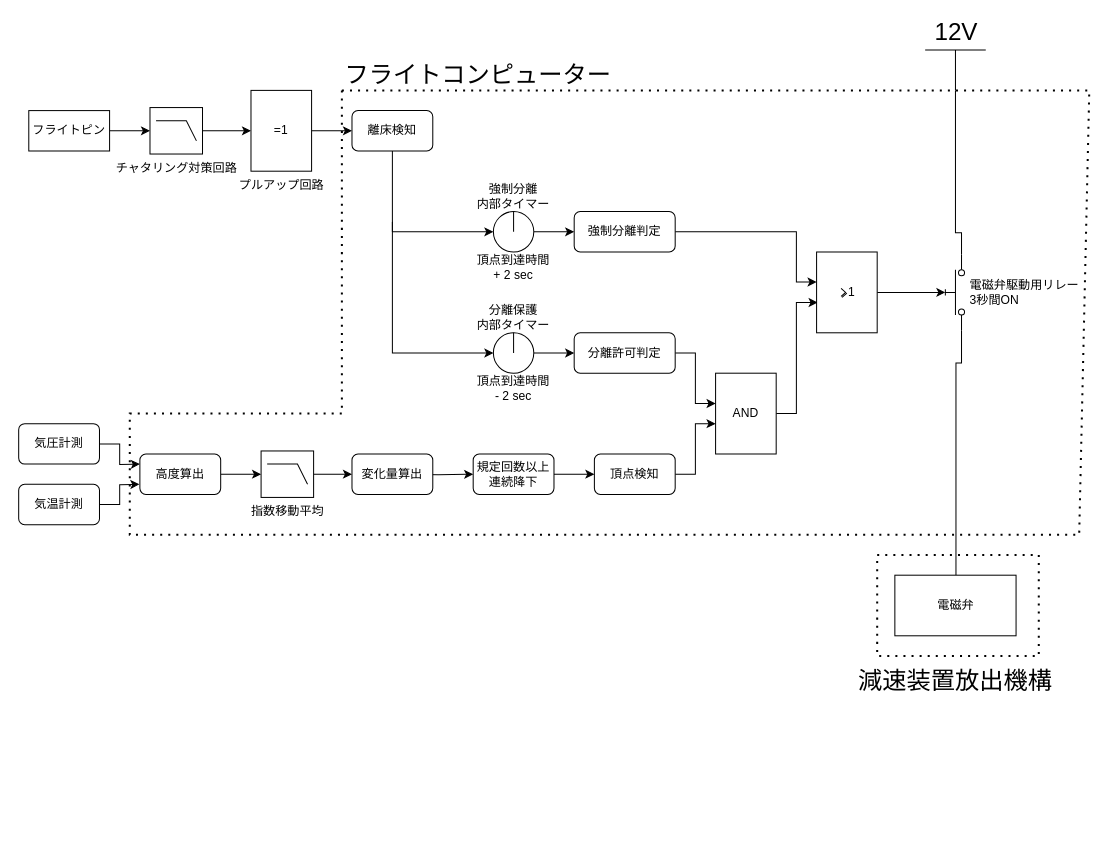
The draw.io diagram Documents/Materials/images/Logics/SeparationControlLogic.drawio in tokai-student-rocket-project/H-58-Avionics, before the edit. Source tidied: cells renumbered, new cells numbered last; positions are measured from the earlier drawing's top-left corner, leaving out a move shared by most shapes. Both pictures are drawn from the tidied source at 101%, with x=0, y=0 at pixel (18, 49).
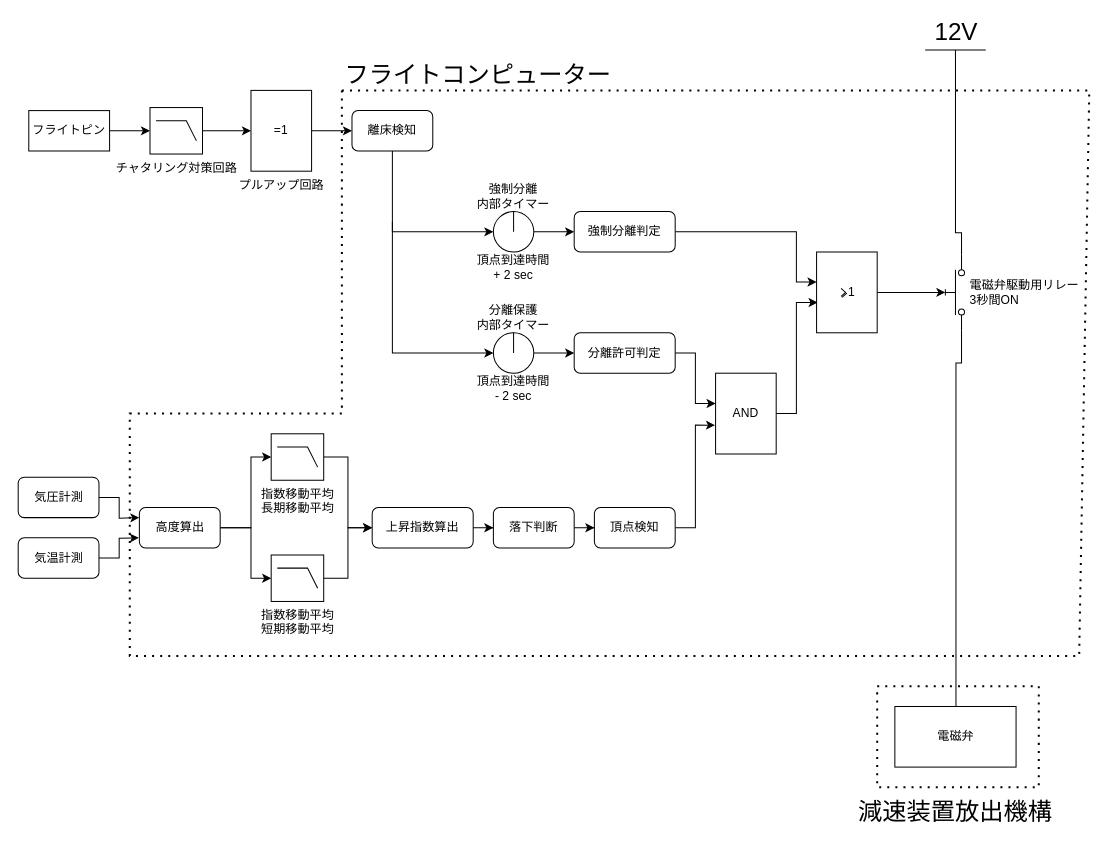
The same diagram, later.

Commit message (it also covers changes not shown here):
分離制御のロジック図を更新

Unchanged cells that the change refers to:
```xml
<mxCell id="26" style="verticalLabelPosition=bottom;shadow=0;dashed=0;align=center;html=1;verticalAlign=top;shape=mxgraph.electrical.iec_logic_gates.and;" parent="1" vertex="1">
  <mxGeometry x="690" y="320" width="60" height="80" as="geometry" />
</mxCell>
```

The edit, as a diff of the source:
```diff
@@
     <mxCell id="27" style="edgeStyle=orthogonalEdgeStyle;rounded=0;jettySize=auto;html=1;exitX=1;exitY=0.5;exitDx=0;exitDy=0;" parent="1" edge="1" source="33">
       <mxGeometry relative="1" as="geometry">
-        <mxPoint x="120" y="410" as="targetPoint" />
+        <mxPoint x="119.5" y="463" as="targetPoint" />
       </mxGeometry>
     </mxCell>
     <mxCell id="28" style="edgeStyle=orthogonalEdgeStyle;rounded=0;jettySize=auto;html=1;exitX=1;exitY=0.5;exitDx=0;exitDy=0;" parent="1" edge="1" source="34">
       <mxGeometry relative="1" as="geometry">
-        <mxPoint x="119.5" y="430" as="targetPoint" />
+        <mxPoint x="119" y="483" as="targetPoint" />
       </mxGeometry>
     </mxCell>
-    <mxCell id="29" style="edgeStyle=orthogonalEdgeStyle;rounded=0;jettySize=auto;html=1;" parent="1" edge="1" source="30">
-      <mxGeometry relative="1" as="geometry">
-        <mxPoint x="330" y="420" as="targetPoint" />
-      </mxGeometry>
-    </mxCell>
+    <mxCell id="53" style="edgeStyle=orthogonalEdgeStyle;rounded=0;jettySize=auto;html=1;entryX=0;entryY=0.5;entryDx=0;entryDy=0;" parent="1" edge="1" source="30" target="40">
+      <mxGeometry relative="1" as="geometry" />
+    </mxCell>
-    <mxCell id="30" value="指数移動平均" style="verticalLabelPosition=bottom;shadow=0;dashed=0;align=center;html=1;verticalAlign=top;shape=mxgraph.electrical.logic_gates.lowpass_filter;" parent="1" vertex="1">
-      <mxGeometry x="240" y="397" width="52" height="46" as="geometry" />
+    <mxCell id="30" value="指数移動平均&lt;br&gt;長期移動平均" style="verticalLabelPosition=bottom;shadow=0;dashed=0;align=center;html=1;verticalAlign=top;shape=mxgraph.electrical.logic_gates.lowpass_filter;" parent="1" vertex="1">
+      <mxGeometry x="250" y="380" width="52" height="46" as="geometry" />
     </mxCell>
-    <mxCell id="31" style="edgeStyle=orthogonalEdgeStyle;rounded=0;jettySize=auto;html=1;" parent="1" edge="1" source="32" target="36">
-      <mxGeometry relative="1" as="geometry" />
-    </mxCell>
-    <mxCell id="32" value="規定回数以上&lt;br&gt;連続降下" style="rounded=1;whiteSpace=wrap;html=1;" parent="1" vertex="1">
-      <mxGeometry x="450" y="400" width="80" height="40" as="geometry" />
-    </mxCell>
     <mxCell id="33" value="気圧計測" style="rounded=1;whiteSpace=wrap;html=1;" parent="1" vertex="1">
-      <mxGeometry y="370" width="80" height="40" as="geometry" />
+      <mxGeometry x="-0.5" y="423" width="80" height="40" as="geometry" />
     </mxCell>
     <mxCell id="34" value="気温計測" style="rounded=1;whiteSpace=wrap;html=1;" parent="1" vertex="1">
-      <mxGeometry y="430" width="80" height="40" as="geometry" />
+      <mxGeometry x="-0.5" y="483" width="80" height="40" as="geometry" />
     </mxCell>
-    <mxCell id="35" style="edgeStyle=orthogonalEdgeStyle;rounded=0;jettySize=auto;html=1;" parent="1" edge="1" source="36">
-      <mxGeometry relative="1" as="geometry">
-        <mxPoint x="690" y="370" as="targetPoint" />
-        <Array as="points">
-          <mxPoint x="670" y="420" />
-          <mxPoint x="670" y="370" />
-          <mxPoint x="690" y="370" />
-        </Array>
-      </mxGeometry>
-    </mxCell>
+    <mxCell id="54" style="edgeStyle=orthogonalEdgeStyle;rounded=0;jettySize=auto;html=1;entryX=-0.009;entryY=0.643;entryDx=0;entryDy=0;entryPerimeter=0;" parent="1" edge="1" source="36" target="26">
+      <mxGeometry relative="1" as="geometry" />
+    </mxCell>
     <mxCell id="36" value="頂点検知" style="rounded=1;whiteSpace=wrap;html=1;" parent="1" vertex="1">
-      <mxGeometry x="570" y="400" width="80" height="40" as="geometry" />
+      <mxGeometry x="570" y="453" width="80" height="40" as="geometry" />
     </mxCell>
-    <mxCell id="37" style="edgeStyle=orthogonalEdgeStyle;rounded=0;jettySize=auto;html=1;" parent="1" edge="1" target="32">
-      <mxGeometry relative="1" as="geometry">
-        <mxPoint x="380" y="420" as="sourcePoint" />
-      </mxGeometry>
-    </mxCell>
     <mxCell id="38" style="edgeStyle=orthogonalEdgeStyle;rounded=0;jettySize=auto;html=1;" parent="1" edge="1" source="39" target="30">
-      <mxGeometry relative="1" as="geometry" />
+      <mxGeometry relative="1" as="geometry">
+        <Array as="points">
+          <mxPoint x="230" y="473" />
+          <mxPoint x="230" y="403" />
+        </Array>
+      </mxGeometry>
     </mxCell>
+    <mxCell id="55" style="edgeStyle=orthogonalEdgeStyle;rounded=0;jettySize=auto;html=1;entryX=0;entryY=0.5;entryDx=0;entryDy=0;entryPerimeter=0;" parent="1" edge="1" source="39" target="58">
+      <mxGeometry relative="1" as="geometry">
+        <Array as="points">
+          <mxPoint x="230" y="473" />
+          <mxPoint x="230" y="523" />
+        </Array>
+      </mxGeometry>
+    </mxCell>
     <mxCell id="39" value="高度算出" style="rounded=1;whiteSpace=wrap;html=1;" parent="1" vertex="1">
-      <mxGeometry x="120" y="400" width="80" height="40" as="geometry" />
+      <mxGeometry x="119.5" y="453" width="80" height="40" as="geometry" />
     </mxCell>
+    <mxCell id="56" style="edgeStyle=orthogonalEdgeStyle;rounded=0;jettySize=auto;html=1;" parent="1" edge="1" source="40" target="60">
+      <mxGeometry relative="1" as="geometry" />
+    </mxCell>
-    <mxCell id="40" value="変化量算出" style="rounded=1;whiteSpace=wrap;html=1;" parent="1" vertex="1">
-      <mxGeometry x="330" y="400" width="80" height="40" as="geometry" />
+    <mxCell id="40" value="上昇指数算出" style="rounded=1;whiteSpace=wrap;html=1;" parent="1" vertex="1">
+      <mxGeometry x="350" y="453" width="100" height="40" as="geometry" />
     </mxCell>
@@
     <mxCell id="48" value="電磁弁" style="rounded=0;whiteSpace=wrap;html=1;" parent="1" vertex="1">
-      <mxGeometry x="867.5" y="520" width="120" height="60" as="geometry" />
+      <mxGeometry x="867.5" y="650" width="120" height="60" as="geometry" />
     </mxCell>
     <mxCell id="49" style="endArrow=none;dashed=1;html=1;dashPattern=1 3;strokeWidth=2;rounded=0;" parent="1" edge="1">
       <mxGeometry relative="1" as="geometry">
         <mxPoint x="320" y="40" as="sourcePoint" />
         <mxPoint x="320" y="40" as="targetPoint" />
         <Array as="points">
           <mxPoint x="1060" y="40" />
-          <mxPoint x="1050" y="480" />
-          <mxPoint x="110" y="480" />
+          <mxPoint x="1050" y="600" />
+          <mxPoint x="110" y="600" />
           <mxPoint x="110" y="360" />
           <mxPoint x="320" y="360" />
         </Array>
       </mxGeometry>
     </mxCell>
@@
     <mxCell id="51" value="減速装置放出機構" style="text;html=1;strokeColor=none;fillColor=none;align=center;verticalAlign=middle;whiteSpace=wrap;rounded=0;fontSize=24;" parent="1" vertex="1">
-      <mxGeometry x="820" y="610" width="215" height="30" as="geometry" />
+      <mxGeometry x="820" y="740" width="215" height="30" as="geometry" />
     </mxCell>
     <mxCell id="52" style="endArrow=none;dashed=1;html=1;dashPattern=1 3;strokeWidth=2;rounded=0;" parent="1" edge="1">
       <mxGeometry relative="1" as="geometry">
-        <mxPoint x="850" y="500" as="sourcePoint" />
-        <mxPoint x="850" y="500" as="targetPoint" />
+        <mxPoint x="850" y="630" as="sourcePoint" />
+        <mxPoint x="850" y="630" as="targetPoint" />
         <Array as="points">
-          <mxPoint x="1010" y="500" />
-          <mxPoint x="1010" y="600" />
-          <mxPoint x="850" y="600" />
+          <mxPoint x="1010" y="630" />
+          <mxPoint x="1010" y="730" />
+          <mxPoint x="850" y="730" />
         </Array>
       </mxGeometry>
     </mxCell>
+    <mxCell id="57" style="edgeStyle=orthogonalEdgeStyle;rounded=0;jettySize=auto;html=1;entryX=0;entryY=0.5;entryDx=0;entryDy=0;" parent="1" edge="1" source="58" target="40">
+      <mxGeometry relative="1" as="geometry" />
+    </mxCell>
+    <mxCell id="58" value="指数移動平均&lt;br&gt;短期移動平均" style="verticalLabelPosition=bottom;shadow=0;dashed=0;align=center;html=1;verticalAlign=top;shape=mxgraph.electrical.logic_gates.lowpass_filter;" parent="1" vertex="1">
+      <mxGeometry x="250" y="500" width="52" height="46" as="geometry" />
+    </mxCell>
+    <mxCell id="59" style="edgeStyle=orthogonalEdgeStyle;rounded=0;jettySize=auto;html=1;" parent="1" edge="1" source="60" target="36">
+      <mxGeometry relative="1" as="geometry" />
+    </mxCell>
+    <mxCell id="60" value="落下判断" style="rounded=1;whiteSpace=wrap;html=1;" parent="1" vertex="1">
+      <mxGeometry x="470" y="453" width="80" height="40" as="geometry" />
+    </mxCell>
```
